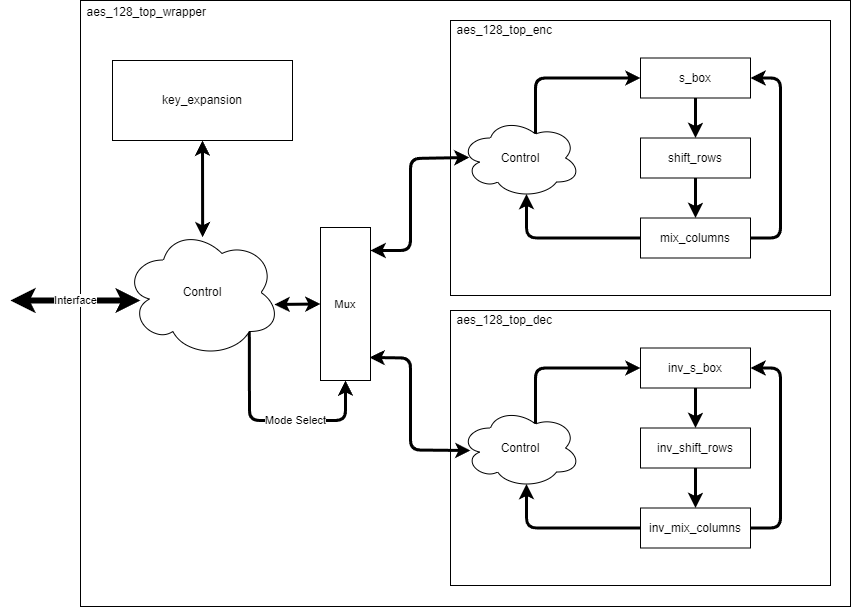
Before: doc/figures/block_diagram.drawio.png, a diagram exported from draw.io (Blinerator/aes-128-fpga). Source tidied: cells renumbered, new cells last; positions are measured from the earlier drawing's top-left corner, leaving out a move shared by most shapes.
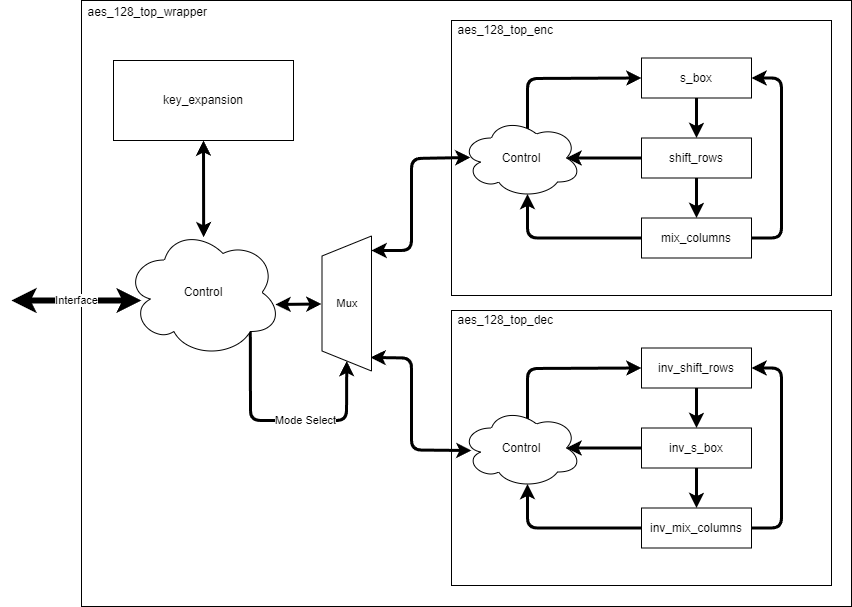
The same file after the commit.

Diff of the diagram source:
```diff
@@ -13,7 +13,7 @@
     <mxCell id="4" value="key_expansion" style="rounded=0;whiteSpace=wrap;html=1;" parent="1" vertex="1">
       <mxGeometry x="102" y="60" width="180" height="80" as="geometry" />
     </mxCell>
-    <mxCell id="5" value="Mode Select" style="edgeStyle=none;html=1;exitX=0.8;exitY=0.8;exitDx=0;exitDy=0;exitPerimeter=0;entryX=0.5;entryY=1;entryDx=0;entryDy=0;strokeWidth=3;fontSize=11;startArrow=none;startFill=0;spacingRight=-45;" parent="1" edge="1" source="6" target="35">
+    <mxCell id="5" value="Mode Select" style="edgeStyle=none;html=1;exitX=0.8;exitY=0.8;exitDx=0;exitDy=0;exitPerimeter=0;entryX=0;entryY=0.5;entryDx=0;entryDy=0;strokeWidth=3;fontSize=11;startArrow=none;startFill=0;spacingRight=-45;" parent="1" edge="1" source="6" target="35">
       <mxGeometry relative="1" as="geometry">
         <Array as="points">
           <mxPoint x="239" y="420" />
@@ -36,16 +36,19 @@
     <mxCell id="10" value="s_box" style="rounded=0;whiteSpace=wrap;html=1;" parent="9" vertex="1">
       <mxGeometry x="180" width="110" height="40" as="geometry" />
     </mxCell>
-    <mxCell id="11" style="edgeStyle=none;html=1;exitX=0.625;exitY=0.2;exitDx=0;exitDy=0;exitPerimeter=0;entryX=0;entryY=0.5;entryDx=0;entryDy=0;strokeWidth=3;startArrow=none;startFill=0;" parent="9" edge="1" source="12" target="10">
+    <mxCell id="11" style="edgeStyle=none;html=1;entryX=0;entryY=0.5;entryDx=0;entryDy=0;strokeWidth=3;startArrow=none;startFill=0;exitX=0.55;exitY=0.95;exitDx=0;exitDy=0;exitPerimeter=0;" parent="9" edge="1" source="12" target="10">
       <mxGeometry relative="1" as="geometry">
         <Array as="points">
-          <mxPoint x="75" y="20" />
+          <mxPoint x="66" y="20.5" />
         </Array>
       </mxGeometry>
     </mxCell>
     <mxCell id="12" value="Control" style="ellipse;shape=cloud;whiteSpace=wrap;html=1;" parent="9" vertex="1">
       <mxGeometry y="60" width="120" height="80" as="geometry" />
     </mxCell>
+    <mxCell id="36" style="edgeStyle=none;html=1;entryX=0.875;entryY=0.5;entryDx=0;entryDy=0;entryPerimeter=0;strokeWidth=3;fontSize=11;startArrow=none;startFill=0;" parent="9" edge="1" source="13" target="12">
+      <mxGeometry relative="1" as="geometry" />
+    </mxCell>
     <mxCell id="13" value="shift_rows" style="rounded=0;whiteSpace=wrap;html=1;" parent="9" vertex="1">
       <mxGeometry x="180" y="80" width="110" height="40" as="geometry" />
     </mxCell>
@@ -79,37 +82,20 @@
     <mxCell id="20" value="aes_128_top_dec" style="rounded=0;whiteSpace=wrap;html=1;labelPosition=left;verticalLabelPosition=top;align=right;verticalAlign=bottom;spacing=-17;spacingRight=-85;" parent="19" vertex="1">
       <mxGeometry width="380" height="275" as="geometry" />
     </mxCell>
+    <mxCell id="23" style="edgeStyle=none;html=1;exitX=0.55;exitY=0.95;exitDx=0;exitDy=0;exitPerimeter=0;strokeWidth=3;startArrow=none;startFill=0;entryX=0;entryY=0.5;entryDx=0;entryDy=0;" parent="19" edge="1" source="24" target="25">
+      <mxGeometry relative="1" as="geometry">
+        <Array as="points">
+          <mxPoint x="76" y="58" />
+        </Array>
+      </mxGeometry>
+    </mxCell>
     <mxCell id="21" style="group;" parent="19" vertex="1">
       <mxGeometry x="10" y="37.5" width="320" height="200" as="geometry" />
     </mxCell>
-    <mxCell id="22" value="inv_s_box" style="rounded=0;whiteSpace=wrap;html=1;" parent="21" vertex="1">
-      <mxGeometry x="180" width="110" height="40" as="geometry" />
-    </mxCell>
-    <mxCell id="23" style="edgeStyle=none;html=1;exitX=0.625;exitY=0.2;exitDx=0;exitDy=0;exitPerimeter=0;entryX=0;entryY=0.5;entryDx=0;entryDy=0;strokeWidth=3;startArrow=none;startFill=0;" parent="21" edge="1" source="24" target="22">
-      <mxGeometry relative="1" as="geometry">
-        <Array as="points">
-          <mxPoint x="75" y="20" />
-        </Array>
-      </mxGeometry>
-    </mxCell>
     <mxCell id="24" value="Control" style="ellipse;shape=cloud;whiteSpace=wrap;html=1;" parent="21" vertex="1">
       <mxGeometry y="60" width="120" height="80" as="geometry" />
     </mxCell>
-    <mxCell id="25" value="inv_shift_rows" style="rounded=0;whiteSpace=wrap;html=1;" parent="21" vertex="1">
-      <mxGeometry x="180" y="80" width="110" height="40" as="geometry" />
-    </mxCell>
-    <mxCell id="26" style="edgeStyle=none;html=1;exitX=0.5;exitY=1;exitDx=0;exitDy=0;entryX=0.5;entryY=0;entryDx=0;entryDy=0;strokeWidth=3;startArrow=none;startFill=0;" parent="21" edge="1" source="22" target="25">
-      <mxGeometry relative="1" as="geometry" />
-    </mxCell>
-    <mxCell id="27" style="edgeStyle=none;html=1;exitX=1;exitY=0.5;exitDx=0;exitDy=0;entryX=1;entryY=0.5;entryDx=0;entryDy=0;strokeWidth=3;startArrow=none;startFill=0;" parent="21" edge="1" source="29" target="22">
-      <mxGeometry relative="1" as="geometry">
-        <Array as="points">
-          <mxPoint x="320" y="180" />
-          <mxPoint x="320" y="20" />
-        </Array>
-      </mxGeometry>
-    </mxCell>
-    <mxCell id="28" style="edgeStyle=none;html=1;exitX=0;exitY=0.5;exitDx=0;exitDy=0;entryX=0.55;entryY=0.95;entryDx=0;entryDy=0;entryPerimeter=0;strokeWidth=3;startArrow=none;startFill=0;" parent="21" edge="1" source="29" target="24">
+    <mxCell id="28" style="edgeStyle=none;html=1;entryX=0.55;entryY=0.95;entryDx=0;entryDy=0;entryPerimeter=0;strokeWidth=3;startArrow=none;startFill=0;exitX=0;exitY=0.5;exitDx=0;exitDy=0;" parent="21" edge="1" source="29" target="24">
       <mxGeometry relative="1" as="geometry">
         <Array as="points">
           <mxPoint x="66" y="180" />
@@ -119,9 +105,29 @@
     <mxCell id="29" value="inv_mix_columns" style="rounded=0;whiteSpace=wrap;html=1;" parent="21" vertex="1">
       <mxGeometry x="180" y="160" width="110" height="40" as="geometry" />
     </mxCell>
-    <mxCell id="30" style="edgeStyle=none;html=1;exitX=0.5;exitY=1;exitDx=0;exitDy=0;entryX=0.5;entryY=0;entryDx=0;entryDy=0;strokeWidth=3;startArrow=none;startFill=0;" parent="21" edge="1" source="25" target="29">
-      <mxGeometry relative="1" as="geometry" />
-    </mxCell>
+    <mxCell id="37" style="edgeStyle=none;html=1;entryX=0.5;entryY=0;entryDx=0;entryDy=0;strokeWidth=3;fontSize=11;startArrow=none;startFill=0;endArrow=classic;endFill=1;" parent="21" edge="1" source="22" target="29">
+      <mxGeometry relative="1" as="geometry" />
+    </mxCell>
+    <mxCell id="38" style="edgeStyle=none;html=1;entryX=0.875;entryY=0.5;entryDx=0;entryDy=0;entryPerimeter=0;strokeWidth=3;fontSize=11;startArrow=none;startFill=0;endArrow=classic;endFill=1;" parent="21" edge="1" source="22" target="24">
+      <mxGeometry relative="1" as="geometry" />
+    </mxCell>
+    <mxCell id="22" value="inv_s_box" style="rounded=0;whiteSpace=wrap;html=1;" parent="21" vertex="1">
+      <mxGeometry x="180" y="80" width="110" height="40" as="geometry" />
+    </mxCell>
+    <mxCell id="27" style="edgeStyle=none;html=1;strokeWidth=3;startArrow=none;startFill=0;entryX=1;entryY=0.5;entryDx=0;entryDy=0;exitX=1;exitY=0.5;exitDx=0;exitDy=0;" parent="19" edge="1" source="29" target="25">
+      <mxGeometry relative="1" as="geometry">
+        <Array as="points">
+          <mxPoint x="330" y="217.5" />
+          <mxPoint x="330" y="57.5" />
+        </Array>
+      </mxGeometry>
+    </mxCell>
+    <mxCell id="39" style="edgeStyle=none;html=1;entryX=0.5;entryY=0;entryDx=0;entryDy=0;strokeWidth=3;fontSize=11;startArrow=none;startFill=0;endArrow=classic;endFill=1;" parent="19" edge="1" source="25" target="22">
+      <mxGeometry relative="1" as="geometry" />
+    </mxCell>
+    <mxCell id="25" value="inv_shift_rows" style="rounded=0;whiteSpace=wrap;html=1;" parent="19" vertex="1">
+      <mxGeometry x="190" y="37.5" width="110" height="40" as="geometry" />
+    </mxCell>
     <mxCell id="31" value="Interface" style="endArrow=classic;startArrow=classic;html=1;strokeWidth=6;" parent="1" edge="1">
       <mxGeometry relative="1" as="geometry">
         <mxPoint x="130" y="300" as="sourcePoint" />
@@ -148,13 +154,14 @@
         </Array>
       </mxGeometry>
     </mxCell>
-    <mxCell id="34" style="edgeStyle=none;html=1;exitX=0;exitY=0.5;exitDx=0;exitDy=0;strokeWidth=3;fontSize=11;startArrow=classic;startFill=1;" parent="1" edge="1" source="35">
+    <mxCell id="34" style="edgeStyle=none;html=1;exitX=0;exitY=0.5;exitDx=0;exitDy=0;strokeWidth=3;fontSize=11;startArrow=classic;startFill=1;" parent="1" edge="1">
       <mxGeometry relative="1" as="geometry">
+        <mxPoint x="310" y="303.5" as="sourcePoint" />
         <mxPoint x="264" y="304" as="targetPoint" />
       </mxGeometry>
     </mxCell>
-    <mxCell id="35" value="Mux" style="rounded=0;whiteSpace=wrap;html=1;fontSize=11;" parent="1" vertex="1">
-      <mxGeometry x="310" y="227" width="50" height="153" as="geometry" />
+    <mxCell id="35" value="Mux" style="shape=trapezoid;perimeter=trapezoidPerimeter;whiteSpace=wrap;html=1;fixedSize=1;fontSize=11;rotation=0;direction=north;" parent="1" vertex="1">
+      <mxGeometry x="310.5" y="235.5" width="49.5" height="135" as="geometry" />
     </mxCell>
   </root>
 </mxGraphModel>
```
